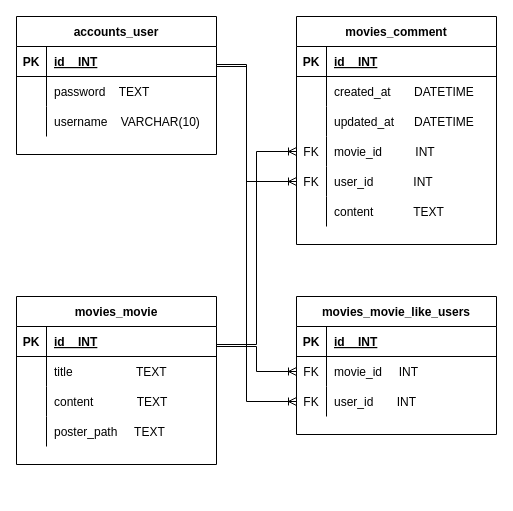
Earlier version of the draw.io diagram 제목 없는 다이어그램.drawio (kjskjs356/project_health). Source tidied: cells renumbered, new cells numbered last; positions are measured from the earlier drawing's top-left corner, leaving out a move shared by most shapes. Both pictures are drawn from the tidied source at 100%, with x=0, y=0 at pixel (16, 16).
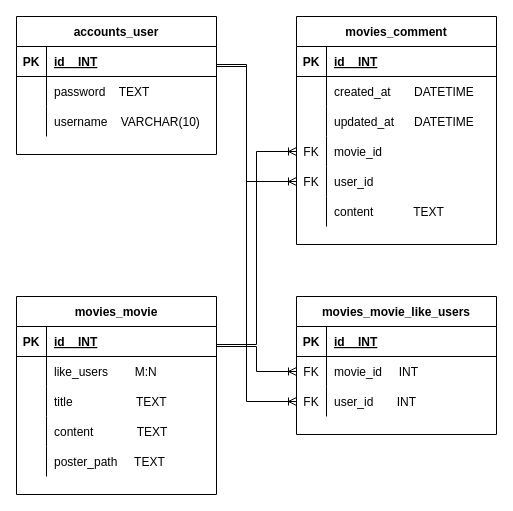
The same diagram, later.

Commit message:
final-pjt ERD

Unchanged cells that the change refers to:
```xml
<mxCell id="22" style="shape=partialRectangle;fillColor=none;points=[[0,0.5],[1,0.5]];portConstraint=eastwest;top=0;left=0;right=0;bottom=0;" parent="12" vertex="1">
  <mxGeometry y="120" width="200" height="30" as="geometry" />
</mxCell>
<mxCell id="25" style="shape=partialRectangle;fillColor=none;points=[[0,0.5],[1,0.5]];portConstraint=eastwest;top=0;left=0;right=0;bottom=0;" parent="12" vertex="1">
  <mxGeometry y="150" width="200" height="30" as="geometry" />
</mxCell>
<mxCell id="35" style="shape=partialRectangle;fillColor=none;top=0;left=0;right=0;bottom=0;" parent="31" vertex="1">
  <mxGeometry y="60" width="200" height="30" as="geometry" />
</mxCell>
<mxCell id="38" style="shape=partialRectangle;fillColor=none;top=0;left=0;right=0;bottom=0;" parent="31" vertex="1">
  <mxGeometry y="90" width="200" height="30" as="geometry" />
</mxCell>
<mxCell id="41" style="shape=partialRectangle;fillColor=none;top=0;left=0;right=0;bottom=0;" parent="31" vertex="1">
  <mxGeometry y="120" width="200" height="30" as="geometry" />
</mxCell>
```

Change to the diagram source:
```diff
@@
-    <mxCell id="24" value="movie_id          INT" style="shape=partialRectangle;overflow=hidden;fillColor=none;top=0;left=0;bottom=0;right=0;align=left;spacingLeft=6;" parent="22" vertex="1">
+    <mxCell id="24" value="movie_id" style="shape=partialRectangle;overflow=hidden;fillColor=none;top=0;left=0;bottom=0;right=0;align=left;spacingLeft=6;" parent="22" vertex="1">
       <mxGeometry x="30" width="170" height="30" as="geometry" />
     </mxCell>
@@
-    <mxCell id="27" value="user_id            INT" style="shape=partialRectangle;overflow=hidden;fillColor=none;top=0;left=0;bottom=0;right=0;align=left;spacingLeft=6;" parent="25" vertex="1">
+    <mxCell id="27" value="user_id" style="shape=partialRectangle;overflow=hidden;fillColor=none;top=0;left=0;bottom=0;right=0;align=left;spacingLeft=6;" parent="25" vertex="1">
       <mxGeometry x="30" width="170" height="30" as="geometry" />
     </mxCell>
@@
     <mxCell id="31" value="movies_movie" style="shape=table;startSize=30;childLayout=tableLayout;rowLines=0;fontStyle=1;align=center;" parent="1" vertex="1">
-      <mxGeometry y="280" width="200" height="168" as="geometry" />
+      <mxGeometry y="280" width="200" height="198" as="geometry" />
     </mxCell>
@@
-    <mxCell id="37" value="title                   TEXT" style="shape=partialRectangle;overflow=hidden;fillColor=none;top=0;left=0;bottom=0;right=0;align=left;spacingLeft=6;" parent="35" vertex="1">
+    <mxCell id="37" value="like_users        M:N" style="shape=partialRectangle;overflow=hidden;fillColor=none;top=0;left=0;bottom=0;right=0;align=left;spacingLeft=6;" parent="35" vertex="1">
       <mxGeometry x="30" width="170" height="30" as="geometry" />
     </mxCell>
@@
-    <mxCell id="40" value="content             TEXT" style="shape=partialRectangle;overflow=hidden;fillColor=none;top=0;left=0;bottom=0;right=0;align=left;spacingLeft=6;" parent="38" vertex="1">
+    <mxCell id="40" value="title                   TEXT" style="shape=partialRectangle;overflow=hidden;fillColor=none;top=0;left=0;bottom=0;right=0;align=left;spacingLeft=6;" parent="38" vertex="1">
       <mxGeometry x="30" width="170" height="30" as="geometry" />
     </mxCell>
@@
-    <mxCell id="43" value="poster_path     TEXT" style="shape=partialRectangle;overflow=hidden;fillColor=none;top=0;left=0;bottom=0;right=0;align=left;spacingLeft=6;" parent="41" vertex="1">
+    <mxCell id="43" value="content             TEXT" style="shape=partialRectangle;overflow=hidden;fillColor=none;top=0;left=0;bottom=0;right=0;align=left;spacingLeft=6;" parent="41" vertex="1">
       <mxGeometry x="30" width="170" height="30" as="geometry" />
     </mxCell>
+    <mxCell id="58" style="shape=partialRectangle;fillColor=none;top=0;left=0;right=0;bottom=0;" parent="31" vertex="1">
+      <mxGeometry y="150" width="200" height="30" as="geometry" />
+    </mxCell>
+    <mxCell id="59" style="shape=partialRectangle;overflow=hidden;fillColor=none;top=0;left=0;bottom=0;right=0;" parent="58" vertex="1">
+      <mxGeometry width="30" height="30" as="geometry" />
+    </mxCell>
+    <mxCell id="60" value="poster_path     TEXT" style="shape=partialRectangle;overflow=hidden;fillColor=none;top=0;left=0;bottom=0;right=0;align=left;spacingLeft=6;" parent="58" vertex="1">
+      <mxGeometry x="30" width="170" height="30" as="geometry" />
+    </mxCell>
```
